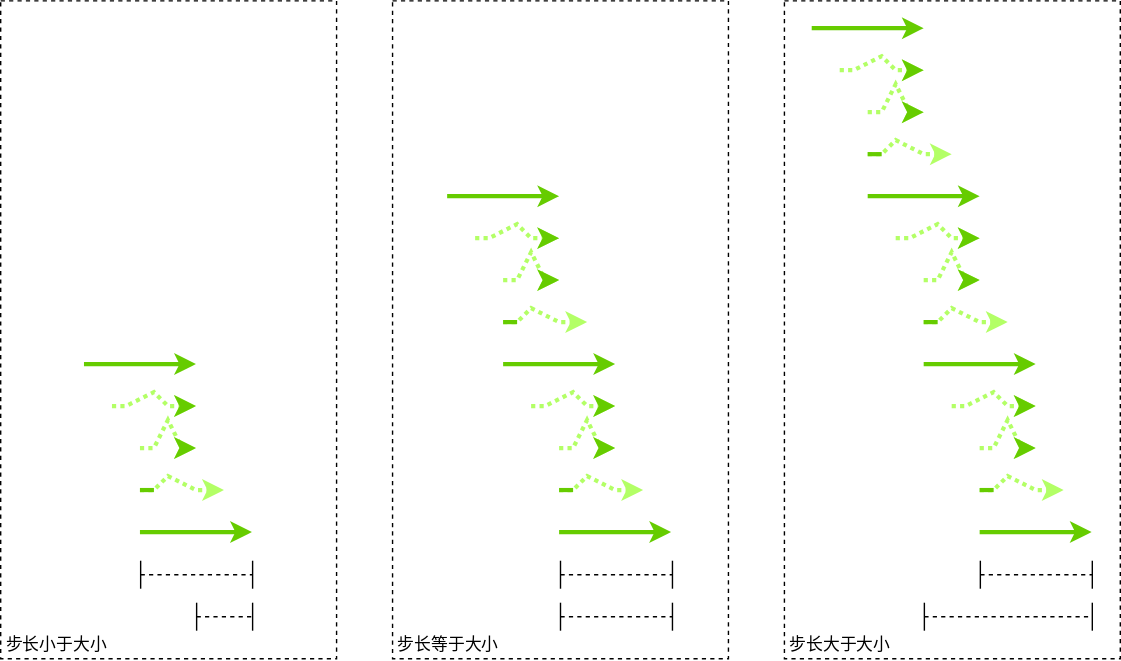
Before: images/9/flink_sliding_window.svg, a diagram exported from draw.io (LeanLeeOne/notes). Source tidied: cells renumbered, new cells last; positions are measured from the earlier drawing's top-left corner, leaving out a move shared by most shapes.
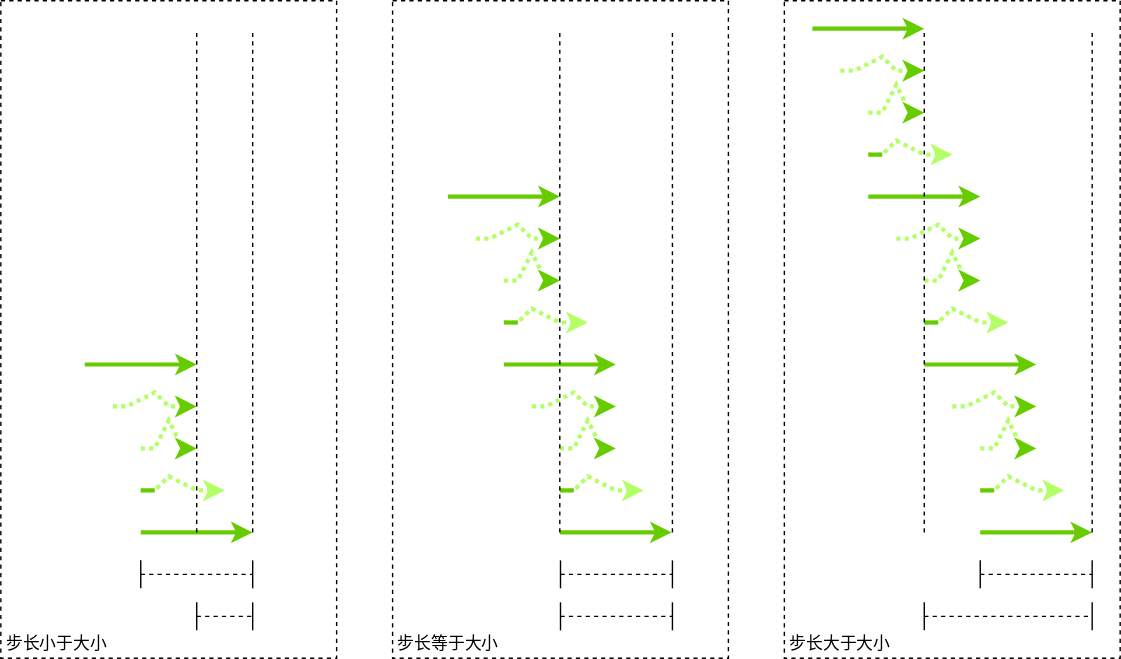
Later version of the same file.

Change to the diagram source:
```diff
@@ -509,6 +509,18 @@
     <mxCell id="73" value="步长小于大小" style="text;html=1;whiteSpace=wrap;strokeColor=none;fillColor=none;align=center;verticalAlign=middle;rounded=0;" parent="71" vertex="1">
       <mxGeometry y="450" width="80" height="20" as="geometry" />
     </mxCell>
+    <mxCell id="80" style="endArrow=none;dashed=1;html=1;rounded=0;" parent="71" edge="1">
+      <mxGeometry relative="1" as="geometry">
+        <mxPoint x="180" y="380" as="sourcePoint" />
+        <mxPoint x="180" y="20" as="targetPoint" />
+      </mxGeometry>
+    </mxCell>
+    <mxCell id="81" style="endArrow=none;dashed=1;html=1;rounded=0;" parent="71" edge="1">
+      <mxGeometry relative="1" as="geometry">
+        <mxPoint x="140" y="380" as="sourcePoint" />
+        <mxPoint x="140" y="20" as="targetPoint" />
+      </mxGeometry>
+    </mxCell>
     <mxCell id="74" style="group;" parent="1" vertex="1">
       <mxGeometry x="280" width="240" height="470" as="geometry" />
     </mxCell>
@@ -518,6 +530,18 @@
     <mxCell id="76" value="步长等于大小" style="text;html=1;whiteSpace=wrap;strokeColor=none;fillColor=none;align=center;verticalAlign=middle;rounded=0;" parent="74" vertex="1">
       <mxGeometry y="450" width="80" height="20" as="geometry" />
     </mxCell>
+    <mxCell id="82" style="endArrow=none;dashed=1;html=1;rounded=0;" parent="74" edge="1">
+      <mxGeometry relative="1" as="geometry">
+        <mxPoint x="200" y="380" as="sourcePoint" />
+        <mxPoint x="200" y="20" as="targetPoint" />
+      </mxGeometry>
+    </mxCell>
+    <mxCell id="83" style="endArrow=none;dashed=1;html=1;rounded=0;" parent="74" edge="1">
+      <mxGeometry relative="1" as="geometry">
+        <mxPoint x="119.5" y="380" as="sourcePoint" />
+        <mxPoint x="119.5" y="20" as="targetPoint" />
+      </mxGeometry>
+    </mxCell>
     <mxCell id="77" style="group;" parent="1" vertex="1">
       <mxGeometry x="560" width="240" height="470" as="geometry" />
     </mxCell>
@@ -527,5 +551,17 @@
     <mxCell id="79" value="步长大于大小" style="text;html=1;whiteSpace=wrap;strokeColor=none;fillColor=none;align=center;verticalAlign=middle;rounded=0;" parent="77" vertex="1">
       <mxGeometry y="450" width="80" height="20" as="geometry" />
     </mxCell>
+    <mxCell id="84" style="endArrow=none;dashed=1;html=1;rounded=0;" parent="77" edge="1">
+      <mxGeometry relative="1" as="geometry">
+        <mxPoint x="220" y="380" as="sourcePoint" />
+        <mxPoint x="220" y="20" as="targetPoint" />
+      </mxGeometry>
+    </mxCell>
+    <mxCell id="85" style="endArrow=none;dashed=1;html=1;rounded=0;" parent="77" edge="1">
+      <mxGeometry relative="1" as="geometry">
+        <mxPoint x="100" y="380" as="sourcePoint" />
+        <mxPoint x="100" y="20" as="targetPoint" />
+      </mxGeometry>
+    </mxCell>
   </root>
 </mxGraphModel>
```
